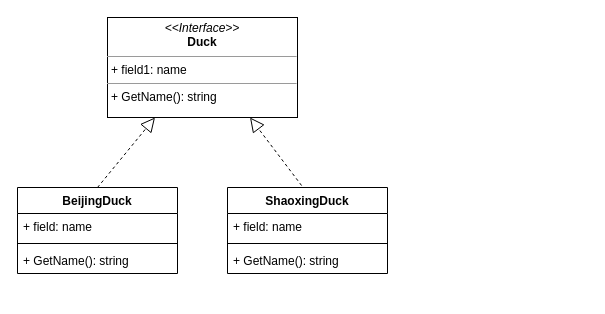
Before: Creator/Factory/factory.drawio in bsync-tech/design-pattern, a draw.io diagram. Source tidied: cells renumbered, new cells numbered last; positions are measured from the earlier drawing's top-left corner, leaving out a move shared by most shapes. Both pictures are drawn from the tidied source at 100%, with x=0, y=0 at pixel (17, 17).
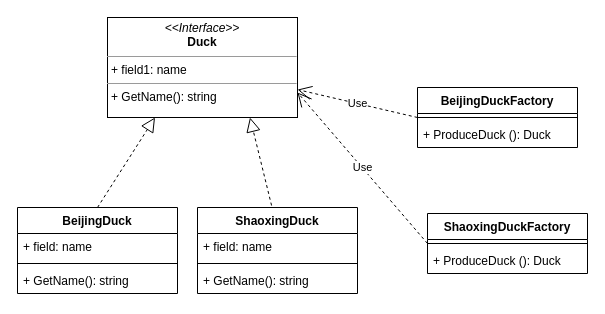
After the change.

Unchanged cells that the change refers to:
```xml
<mxCell id="11" value="&lt;p style=&quot;margin: 0px ; margin-top: 4px ; text-align: center&quot;&gt;&lt;i&gt;&amp;lt;&amp;lt;Interface&amp;gt;&amp;gt;&lt;/i&gt;&lt;br&gt;&lt;b&gt;Duck&lt;/b&gt;&lt;/p&gt;&lt;hr size=&quot;1&quot;&gt;&lt;p style=&quot;margin: 0px ; margin-left: 4px&quot;&gt;+ field1: name&lt;br&gt;&lt;/p&gt;&lt;hr size=&quot;1&quot;&gt;&lt;p style=&quot;margin: 0px ; margin-left: 4px&quot;&gt;+ GetName(): string&lt;br&gt;&lt;/p&gt;" style="verticalAlign=top;align=left;overflow=fill;fontSize=12;fontFamily=Helvetica;html=1;" parent="1" vertex="1">
  <mxGeometry x="90" width="190" height="100" as="geometry" />
</mxCell>
```

The edit, as a diff of the source:
```diff
@@
     <mxCell id="2" value="BeijingDuck" style="swimlane;fontStyle=1;align=center;verticalAlign=top;horizontal=1;startSize=26;" parent="1" vertex="1">
-      <mxGeometry y="170" width="160" height="86" as="geometry" />
+      <mxGeometry y="190" width="160" height="86" as="geometry" />
     </mxCell>
@@
     <mxCell id="7" value="ShaoxingDuck" style="swimlane;fontStyle=1;align=center;verticalAlign=top;horizontal=1;startSize=26;" parent="1" vertex="1">
-      <mxGeometry x="210" y="170" width="160" height="86" as="geometry" />
+      <mxGeometry x="180" y="190" width="160" height="86" as="geometry" />
     </mxCell>
@@
+    <mxCell id="13" value="BeijingDuckFactory" style="swimlane;fontStyle=1;align=center;verticalAlign=top;horizontal=1;startSize=26;" parent="1" vertex="1">
+      <mxGeometry x="400" y="70" width="160" height="60" as="geometry" />
+    </mxCell>
+    <mxCell id="14" style="line;strokeWidth=1;fillColor=none;align=left;verticalAlign=middle;spacingTop=-1;spacingLeft=3;spacingRight=3;labelPosition=right;" parent="13" vertex="1">
+      <mxGeometry y="26" width="160" height="8" as="geometry" />
+    </mxCell>
+    <mxCell id="15" value="+ ProduceDuck (): Duck" style="text;strokeColor=none;fillColor=none;align=left;verticalAlign=top;spacingLeft=4;spacingRight=4;overflow=hidden;" parent="13" vertex="1">
+      <mxGeometry y="34" width="160" height="26" as="geometry" />
+    </mxCell>
+    <mxCell id="16" value="Use" style="endArrow=open;endSize=12;dashed=1;html=1;exitX=0;exitY=0.5;exitDx=0;exitDy=0;" parent="1" edge="1" source="13" target="11">
+      <mxGeometry relative="1" as="geometry" />
+    </mxCell>
+    <mxCell id="17" value="ShaoxingDuckFactory" style="swimlane;fontStyle=1;align=center;verticalAlign=top;horizontal=1;startSize=26;" parent="1" vertex="1">
+      <mxGeometry x="410" y="196" width="160" height="60" as="geometry" />
+    </mxCell>
+    <mxCell id="18" style="line;strokeWidth=1;fillColor=none;align=left;verticalAlign=middle;spacingTop=-1;spacingLeft=3;spacingRight=3;labelPosition=right;" parent="17" vertex="1">
+      <mxGeometry y="26" width="160" height="8" as="geometry" />
+    </mxCell>
+    <mxCell id="19" value="+ ProduceDuck (): Duck" style="text;strokeColor=none;fillColor=none;align=left;verticalAlign=top;spacingLeft=4;spacingRight=4;overflow=hidden;" parent="17" vertex="1">
+      <mxGeometry y="34" width="160" height="26" as="geometry" />
+    </mxCell>
+    <mxCell id="20" value="Use" style="endArrow=open;endSize=12;dashed=1;html=1;exitX=0;exitY=0.5;exitDx=0;exitDy=0;entryX=1;entryY=0.75;entryDx=0;entryDy=0;" parent="1" edge="1" source="17" target="11">
+      <mxGeometry relative="1" as="geometry" />
+    </mxCell>
```
